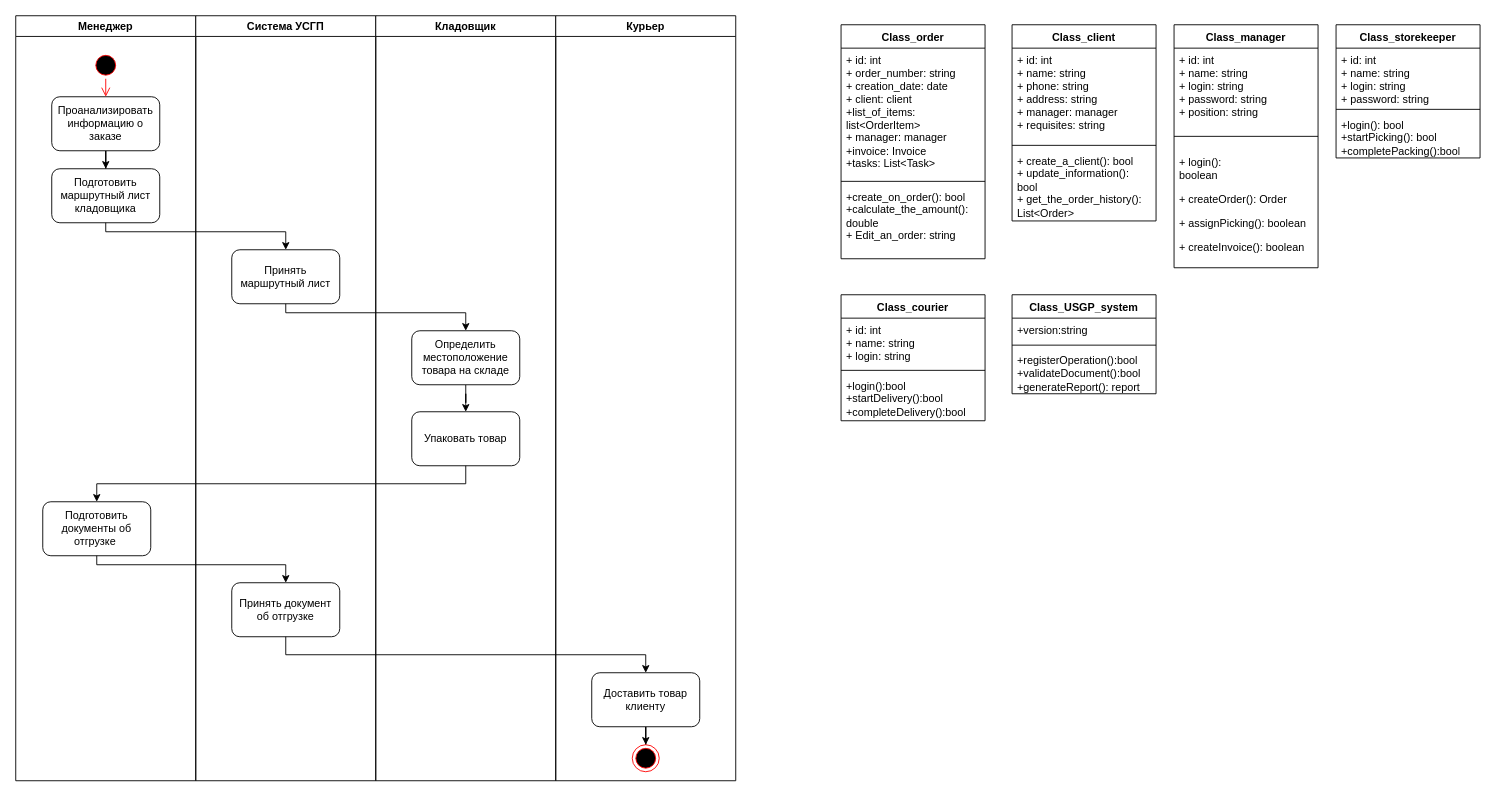
Earlier version of the draw.io diagram ОРТПС_5.drawio (mopsin666/AKMS). Source tidied: cells renumbered, new cells numbered last; positions are measured from the earlier drawing's top-left corner, leaving out a move shared by most shapes. Both pictures are drawn from the tidied source at 90%, with x=0, y=0 at pixel (15, 15).
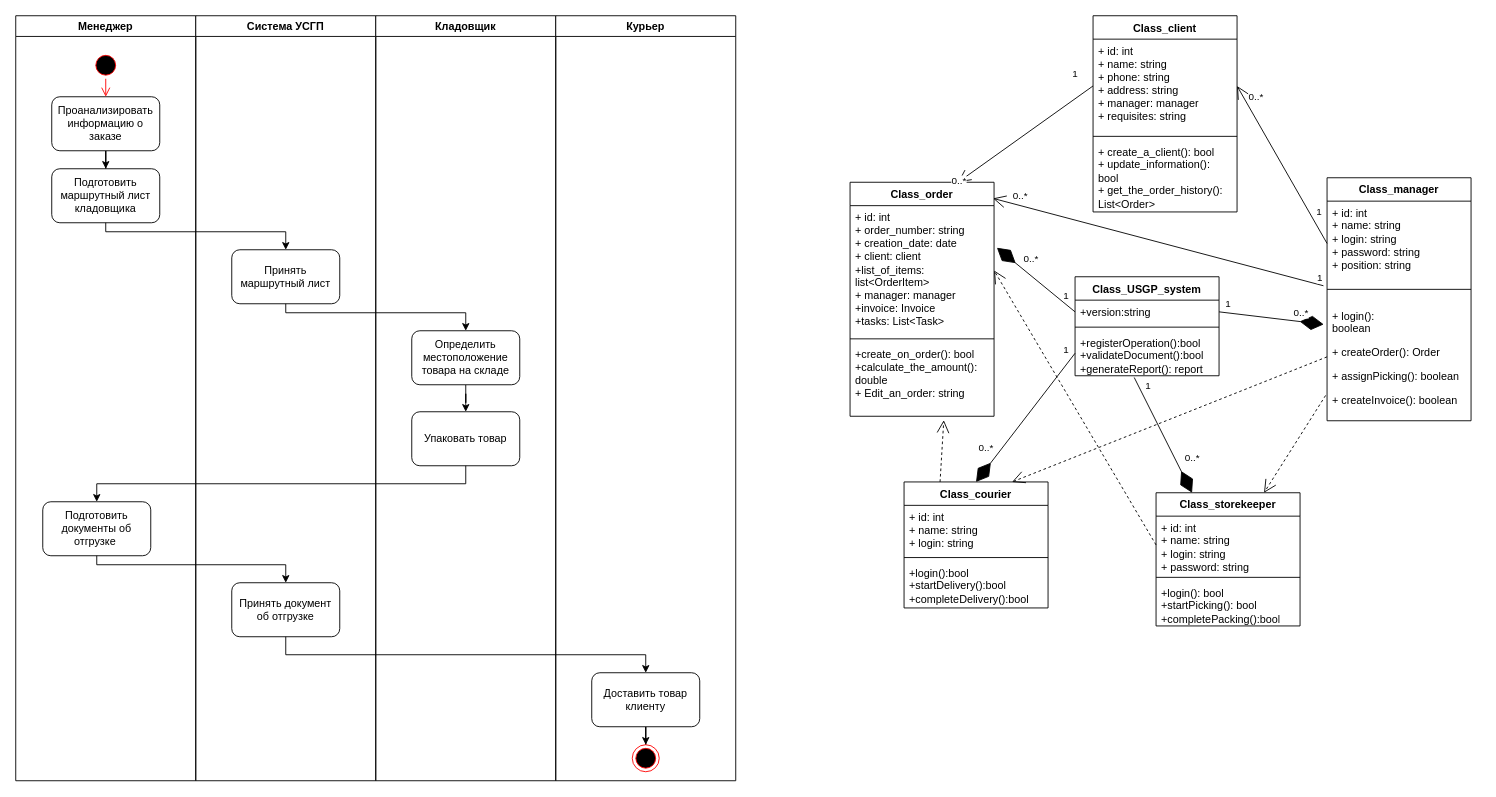
Above is the later version.

The change refers to these unchanged cells:
```xml
<mxCell id="26" value="+ id: int&lt;div&gt;+ order_number: string&amp;nbsp;&lt;/div&gt;&lt;div&gt;+ creation_date: date&lt;/div&gt;&lt;div&gt;+ client: client&lt;/div&gt;&lt;div&gt;+list_of_items: list&amp;lt;OrderItem&amp;gt;&lt;/div&gt;&lt;div&gt;+ manager: manager&lt;/div&gt;&lt;div&gt;+invoice: Invoice&lt;/div&gt;&lt;div&gt;+tasks: List&amp;lt;Task&amp;gt;&lt;/div&gt;" style="text;strokeColor=none;fillColor=none;align=left;verticalAlign=top;spacingLeft=4;spacingRight=4;overflow=hidden;points=[[0,0.5],[1,0.5]];portConstraint=eastwest;whiteSpace=wrap;html=1;" parent="25" vertex="1">
  <mxGeometry y="26" width="160" height="144" as="geometry" />
</mxCell>
<mxCell id="28" value="+create_on_order(): bool&lt;div&gt;+calculate_the_amount(): double&lt;/div&gt;&lt;div&gt;+ Edit_an_order: string&lt;/div&gt;" style="text;strokeColor=none;fillColor=none;align=left;verticalAlign=top;spacingLeft=4;spacingRight=4;overflow=hidden;points=[[0,0.5],[1,0.5]];portConstraint=eastwest;whiteSpace=wrap;html=1;" parent="25" vertex="1">
  <mxGeometry y="178" width="160" height="82" as="geometry" />
</mxCell>
<mxCell id="30" value="+ id: int&lt;div&gt;+ name: string&lt;/div&gt;&lt;div&gt;+ phone: string&lt;/div&gt;&lt;div&gt;+ address: string&lt;/div&gt;&lt;div&gt;+ manager: manager&lt;/div&gt;&lt;div&gt;+ requisites: string&lt;/div&gt;" style="text;strokeColor=none;fillColor=none;align=left;verticalAlign=top;spacingLeft=4;spacingRight=4;overflow=hidden;points=[[0,0.5],[1,0.5]];portConstraint=eastwest;whiteSpace=wrap;html=1;" parent="29" vertex="1">
  <mxGeometry y="26" width="160" height="104" as="geometry" />
</mxCell>
<mxCell id="34" value="+ id: int&lt;div&gt;+ name: string&lt;/div&gt;&lt;div&gt;+ login: string&lt;/div&gt;&lt;div&gt;+ password: string&lt;/div&gt;&lt;div&gt;+ position: string&lt;/div&gt;" style="text;strokeColor=none;fillColor=none;align=left;verticalAlign=top;spacingLeft=4;spacingRight=4;overflow=hidden;points=[[0,0.5],[1,0.5]];portConstraint=eastwest;whiteSpace=wrap;html=1;" parent="33" vertex="1">
  <mxGeometry y="26" width="160" height="94" as="geometry" />
</mxCell>
<mxCell id="36" value="&lt;p class=&quot;MsoNormal&quot;&gt;&lt;span lang=&quot;EN-US&quot;&gt;+ login():&lt;br&gt;boolean&lt;/span&gt;&lt;/p&gt;&lt;p class=&quot;MsoNormal&quot;&gt;&lt;span style=&quot;background-color: transparent; color: light-dark(rgb(0, 0, 0), rgb(255, 255, 255));&quot;&gt;+&amp;nbsp;&lt;/span&gt;&lt;span style=&quot;background-color: transparent; color: light-dark(rgb(0, 0, 0), rgb(255, 255, 255));&quot;&gt;createOrder(): Order&lt;/span&gt;&lt;/p&gt;&lt;p class=&quot;MsoNormal&quot;&gt;&lt;span style=&quot;background-color: transparent; color: light-dark(rgb(0, 0, 0), rgb(255, 255, 255));&quot;&gt;+&amp;nbsp;&lt;/span&gt;&lt;span style=&quot;background-color: transparent; color: light-dark(rgb(0, 0, 0), rgb(255, 255, 255));&quot;&gt;assignPicking(): boolean&lt;/span&gt;&lt;/p&gt;&lt;p class=&quot;MsoNormal&quot;&gt;&lt;span style=&quot;background-color: transparent; color: light-dark(rgb(0, 0, 0), rgb(255, 255, 255));&quot;&gt;+&amp;nbsp;&lt;/span&gt;&lt;span style=&quot;background-color: transparent; color: light-dark(rgb(0, 0, 0), rgb(255, 255, 255));&quot;&gt;createInvoice(): boolean&lt;/span&gt;&lt;/p&gt;" style="text;strokeColor=none;fillColor=none;align=left;verticalAlign=top;spacingLeft=4;spacingRight=4;overflow=hidden;points=[[0,0.5],[1,0.5]];portConstraint=eastwest;whiteSpace=wrap;html=1;" parent="33" vertex="1">
  <mxGeometry y="128" width="160" height="142" as="geometry" />
</mxCell>
<mxCell id="38" value="+ id: int&lt;div&gt;+ name: string&lt;/div&gt;&lt;div&gt;+ login: string&lt;/div&gt;&lt;div&gt;+ password: string&lt;/div&gt;" style="text;strokeColor=none;fillColor=none;align=left;verticalAlign=top;spacingLeft=4;spacingRight=4;overflow=hidden;points=[[0,0.5],[1,0.5]];portConstraint=eastwest;whiteSpace=wrap;html=1;" parent="37" vertex="1">
  <mxGeometry y="26" width="160" height="64" as="geometry" />
</mxCell>
<mxCell id="46" value="+version:string" style="text;strokeColor=none;fillColor=none;align=left;verticalAlign=top;spacingLeft=4;spacingRight=4;overflow=hidden;points=[[0,0.5],[1,0.5]];portConstraint=eastwest;whiteSpace=wrap;html=1;" parent="45" vertex="1">
  <mxGeometry y="26" width="160" height="26" as="geometry" />
</mxCell>
<mxCell id="48" value="+registerOperation():bool&lt;div&gt;+validateDocument():bool&lt;/div&gt;&lt;div&gt;+generateReport(): report&lt;/div&gt;" style="text;strokeColor=none;fillColor=none;align=left;verticalAlign=top;spacingLeft=4;spacingRight=4;overflow=hidden;points=[[0,0.5],[1,0.5]];portConstraint=eastwest;whiteSpace=wrap;html=1;" parent="45" vertex="1">
  <mxGeometry y="60" width="160" height="50" as="geometry" />
</mxCell>
```

Change to the diagram source:
```diff
@@
     <mxCell id="25" value="Class_order" style="swimlane;fontStyle=1;align=center;verticalAlign=top;horizontal=1;startSize=26;whiteSpace=wrap;html=1;" parent="1" vertex="1">
-      <mxGeometry x="917" y="10" width="160" height="260" as="geometry" />
+      <mxGeometry x="927" y="185" width="160" height="260" as="geometry" />
     </mxCell>
@@
     <mxCell id="29" value="Class_client" style="swimlane;fontStyle=1;align=center;verticalAlign=top;horizontal=1;startSize=26;whiteSpace=wrap;html=1;" parent="1" vertex="1">
-      <mxGeometry x="1107" y="10" width="160" height="218" as="geometry" />
+      <mxGeometry x="1197" width="160" height="218" as="geometry" />
     </mxCell>
@@
     <mxCell id="33" value="Class_manager" style="swimlane;fontStyle=1;align=center;verticalAlign=top;horizontal=1;startSize=26;whiteSpace=wrap;html=1;" parent="1" vertex="1">
-      <mxGeometry x="1287" y="10" width="160" height="270" as="geometry" />
+      <mxGeometry x="1457" y="180" width="160" height="270" as="geometry" />
     </mxCell>
@@
     <mxCell id="37" value="Class_storekeeper" style="swimlane;fontStyle=1;align=center;verticalAlign=top;horizontal=1;startSize=26;whiteSpace=wrap;html=1;" parent="1" vertex="1">
-      <mxGeometry x="1467" y="10" width="160" height="148" as="geometry" />
+      <mxGeometry x="1267" y="530" width="160" height="148" as="geometry" />
     </mxCell>
@@
     <mxCell id="41" value="Class_courier" style="swimlane;fontStyle=1;align=center;verticalAlign=top;horizontal=1;startSize=26;whiteSpace=wrap;html=1;" parent="1" vertex="1">
-      <mxGeometry x="917" y="310" width="160" height="140" as="geometry" />
+      <mxGeometry x="987" y="518" width="160" height="140" as="geometry" />
     </mxCell>
@@
     <mxCell id="45" value="Class_USGP_system" style="swimlane;fontStyle=1;align=center;verticalAlign=top;horizontal=1;startSize=26;whiteSpace=wrap;html=1;" parent="1" vertex="1">
-      <mxGeometry x="1107" y="310" width="160" height="110" as="geometry" />
+      <mxGeometry x="1177" y="290" width="160" height="110" as="geometry" />
     </mxCell>
@@
+    <mxCell id="49" style="endArrow=open;endFill=1;endSize=12;html=1;rounded=0;exitX=0;exitY=0.5;exitDx=0;exitDy=0;entryX=0.75;entryY=0;entryDx=0;entryDy=0;" parent="1" edge="1" source="30" target="25">
+      <mxGeometry relative="1" as="geometry" />
+    </mxCell>
+    <mxCell id="50" value="1" style="edgeLabel;html=1;align=center;verticalAlign=middle;" parent="49" vertex="1">
+      <mxGeometry x="-0.31" relative="1" as="geometry">
+        <mxPoint x="32" y="-51" as="offset" />
+      </mxGeometry>
+    </mxCell>
+    <mxCell id="51" value="0..*" style="edgeLabel;html=1;align=center;verticalAlign=middle;" parent="49" vertex="1">
+      <mxGeometry x="0.18" y="-3" relative="1" as="geometry">
+        <mxPoint x="-59" y="45" as="offset" />
+      </mxGeometry>
+    </mxCell>
+    <mxCell id="52" style="endArrow=open;endFill=1;endSize=12;html=1;rounded=0;entryX=0.993;entryY=0.069;entryDx=0;entryDy=0;entryPerimeter=0;" parent="1" edge="1" target="25">
+      <mxGeometry relative="1" as="geometry">
+        <mxPoint x="1453" y="300" as="sourcePoint" />
+      </mxGeometry>
+    </mxCell>
+    <mxCell id="53" value="1" style="edgeLabel;html=1;align=center;verticalAlign=middle;" parent="52" vertex="1">
+      <mxGeometry x="-0.55" y="2" relative="1" as="geometry">
+        <mxPoint x="78" y="10" as="offset" />
+      </mxGeometry>
+    </mxCell>
+    <mxCell id="54" value="0..*" style="edgeLabel;html=1;align=center;verticalAlign=middle;" parent="52" vertex="1">
+      <mxGeometry x="-0.28" relative="1" as="geometry">
+        <mxPoint x="-205" y="-65" as="offset" />
+      </mxGeometry>
+    </mxCell>
+    <mxCell id="55" style="endArrow=open;endFill=1;endSize=12;html=1;rounded=0;exitX=0;exitY=0.5;exitDx=0;exitDy=0;entryX=1;entryY=0.5;entryDx=0;entryDy=0;" parent="1" edge="1" source="34" target="30">
+      <mxGeometry relative="1" as="geometry" />
+    </mxCell>
+    <mxCell id="56" value="1" style="edgeLabel;html=1;align=center;verticalAlign=middle;" parent="55" vertex="1">
+      <mxGeometry x="-0.22" y="3" relative="1" as="geometry">
+        <mxPoint x="32" y="32" as="offset" />
+      </mxGeometry>
+    </mxCell>
+    <mxCell id="57" value="0..*" style="edgeLabel;html=1;align=center;verticalAlign=middle;" parent="55" vertex="1">
+      <mxGeometry x="0.09" y="1" relative="1" as="geometry">
+        <mxPoint x="-24" y="-68" as="offset" />
+      </mxGeometry>
+    </mxCell>
+    <mxCell id="58" style="endArrow=open;endSize=12;dashed=1;html=1;rounded=0;exitX=-0.01;exitY=0.802;exitDx=0;exitDy=0;entryX=0.75;entryY=0;entryDx=0;entryDy=0;exitPerimeter=0;" parent="1" edge="1" source="36" target="37">
+      <mxGeometry relative="1" as="geometry" />
+    </mxCell>
+    <mxCell id="59" style="endArrow=open;endSize=12;dashed=1;html=1;rounded=0;entryX=0.75;entryY=0;entryDx=0;entryDy=0;exitX=0;exitY=0.5;exitDx=0;exitDy=0;" parent="1" edge="1" source="36" target="41">
+      <mxGeometry relative="1" as="geometry" />
+    </mxCell>
+    <mxCell id="60" style="endArrow=open;endSize=12;dashed=1;html=1;rounded=0;entryX=1;entryY=0.5;entryDx=0;entryDy=0;exitX=0;exitY=0.5;exitDx=0;exitDy=0;" parent="1" edge="1" source="38" target="26">
+      <mxGeometry relative="1" as="geometry" />
+    </mxCell>
+    <mxCell id="61" style="endArrow=open;endSize=12;dashed=1;html=1;rounded=0;entryX=0.651;entryY=1.053;entryDx=0;entryDy=0;exitX=0.25;exitY=0;exitDx=0;exitDy=0;entryPerimeter=0;" parent="1" edge="1" source="41" target="28">
+      <mxGeometry relative="1" as="geometry" />
+    </mxCell>
+    <mxCell id="62" style="endArrow=diamondThin;endFill=1;endSize=24;html=1;rounded=0;exitX=0;exitY=0.5;exitDx=0;exitDy=0;entryX=1.02;entryY=0.325;entryDx=0;entryDy=0;entryPerimeter=0;" parent="1" edge="1" source="46" target="26">
+      <mxGeometry relative="1" as="geometry" />
+    </mxCell>
+    <mxCell id="63" value="0..*" style="edgeLabel;html=1;align=center;verticalAlign=middle;" parent="62" vertex="1">
+      <mxGeometry x="-0.5" y="2" relative="1" as="geometry">
+        <mxPoint x="-27" y="-43" as="offset" />
+      </mxGeometry>
+    </mxCell>
+    <mxCell id="64" value="1" style="edgeLabel;html=1;align=center;verticalAlign=middle;" parent="62" vertex="1">
+      <mxGeometry x="-0.18" y="1" relative="1" as="geometry">
+        <mxPoint x="26" y="10" as="offset" />
+      </mxGeometry>
+    </mxCell>
+    <mxCell id="65" style="endArrow=diamondThin;endFill=1;endSize=24;html=1;rounded=0;exitX=1;exitY=0.5;exitDx=0;exitDy=0;entryX=-0.023;entryY=0.246;entryDx=0;entryDy=0;entryPerimeter=0;" parent="1" edge="1" source="46" target="36">
+      <mxGeometry relative="1" as="geometry" />
+    </mxCell>
+    <mxCell id="66" value="0..*" style="edgeLabel;html=1;align=center;verticalAlign=middle;" parent="65" vertex="1">
+      <mxGeometry x="-0.5" y="2" relative="1" as="geometry">
+        <mxPoint x="61" y="-1" as="offset" />
+      </mxGeometry>
+    </mxCell>
+    <mxCell id="67" value="1" style="edgeLabel;html=1;align=center;verticalAlign=middle;" parent="65" vertex="1">
+      <mxGeometry x="-0.18" y="1" relative="1" as="geometry">
+        <mxPoint x="-38" y="-14" as="offset" />
+      </mxGeometry>
+    </mxCell>
+    <mxCell id="68" style="endArrow=diamondThin;endFill=1;endSize=24;html=1;rounded=0;exitX=0.411;exitY=1.039;exitDx=0;exitDy=0;entryX=0.25;entryY=0;entryDx=0;entryDy=0;exitPerimeter=0;" parent="1" edge="1" source="48" target="37">
+      <mxGeometry relative="1" as="geometry" />
+    </mxCell>
+    <mxCell id="69" value="0..*" style="edgeLabel;html=1;align=center;verticalAlign=middle;" parent="68" vertex="1">
+      <mxGeometry x="-0.5" y="2" relative="1" as="geometry">
+        <mxPoint x="46" y="57" as="offset" />
+      </mxGeometry>
+    </mxCell>
+    <mxCell id="70" value="1" style="edgeLabel;html=1;align=center;verticalAlign=middle;" parent="68" vertex="1">
+      <mxGeometry x="-0.18" y="1" relative="1" as="geometry">
+        <mxPoint x="-13" y="-44" as="offset" />
+      </mxGeometry>
+    </mxCell>
+    <mxCell id="71" style="endArrow=diamondThin;endFill=1;endSize=24;html=1;rounded=0;exitX=0;exitY=0.5;exitDx=0;exitDy=0;entryX=0.5;entryY=0;entryDx=0;entryDy=0;" parent="1" edge="1" source="48" target="41">
+      <mxGeometry relative="1" as="geometry" />
+    </mxCell>
+    <mxCell id="72" value="0..*" style="edgeLabel;html=1;align=center;verticalAlign=middle;" parent="71" vertex="1">
+      <mxGeometry x="-0.5" y="2" relative="1" as="geometry">
+        <mxPoint x="-74" y="68" as="offset" />
+      </mxGeometry>
+    </mxCell>
+    <mxCell id="73" value="1" style="edgeLabel;html=1;align=center;verticalAlign=middle;" parent="71" vertex="1">
+      <mxGeometry x="-0.18" y="1" relative="1" as="geometry">
+        <mxPoint x="34" y="-64" as="offset" />
+      </mxGeometry>
+    </mxCell>
```
